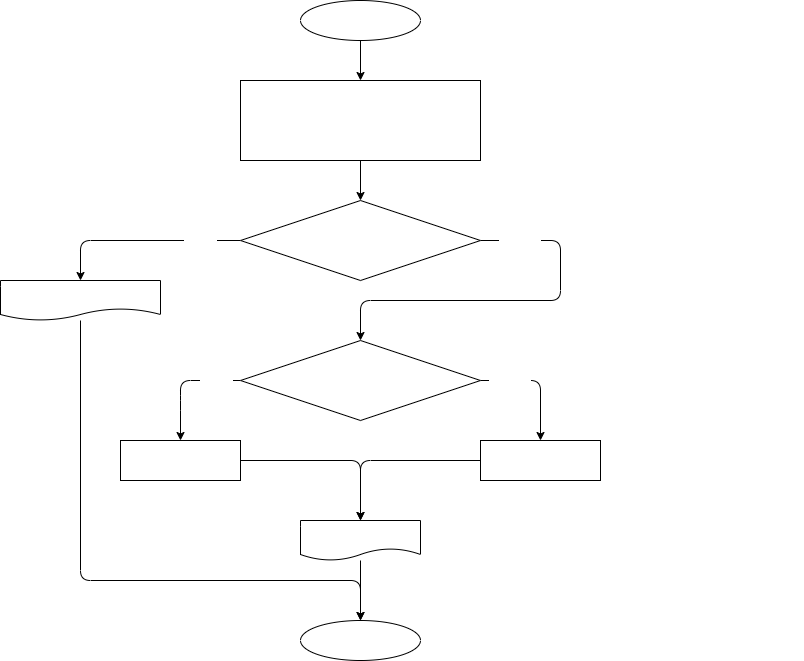
Above: cSharp_hw01/task_04/diagram.drawio.png in Namcorp1/tasksOnCSharp (draw.io), before the change. Source tidied: cells renumbered, new cells last; positions are measured from the earlier drawing's top-left corner, leaving out a move shared by most shapes.
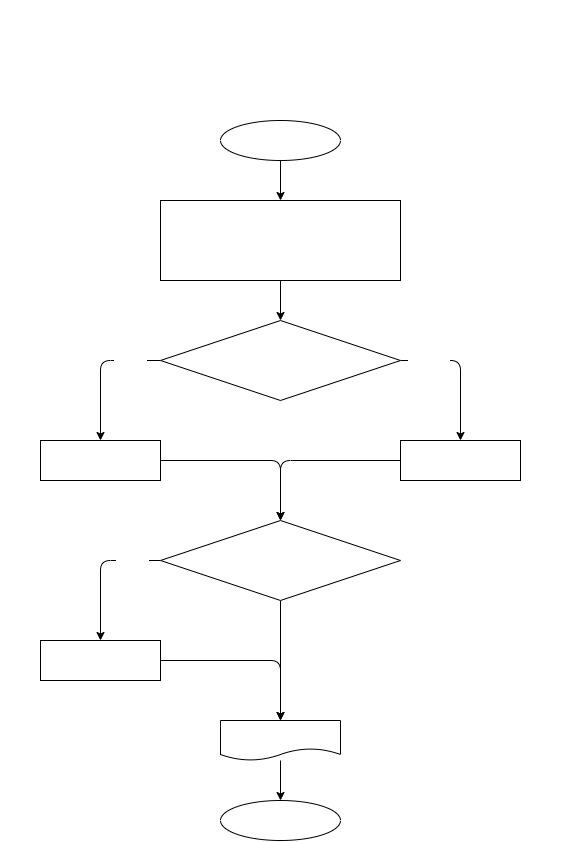
The same diagram one commit later.

Change to the diagram source:
```diff
@@ -11,109 +11,96 @@
     <mxCell id="4" style="edgeStyle=none;html=1;fontFamily=Courier New;fontSize=14;fontColor=#FFFFFF;" parent="1" edge="1" source="5" target="10">
       <mxGeometry relative="1" as="geometry" />
     </mxCell>
-    <mxCell id="5" value="number1 = 5&lt;br&gt;number2 = 7&lt;br&gt;max = 0&lt;br&gt;min = 0" style="whiteSpace=wrap;html=1;fontSize=14;fontFamily=Courier New;fontColor=#FFFFFF;" parent="1" vertex="1">
+    <mxCell id="5" value="number1 = 2&lt;br style=&quot;font-size: 14px;&quot;&gt;number2 = 3&lt;br style=&quot;font-size: 14px;&quot;&gt;number3 = 7&lt;br style=&quot;font-size: 14px;&quot;&gt;max = 0" style="whiteSpace=wrap;html=1;fontSize=14;fontFamily=Courier New;fontColor=#FFFFFF;" parent="1" vertex="1">
       <mxGeometry x="240" y="80" width="240" height="80" as="geometry" />
     </mxCell>
-    <mxCell id="6" style="edgeStyle=none;html=1;fontFamily=Courier New;fontSize=14;fontColor=#FFFFFF;entryX=0.5;entryY=0;entryDx=0;entryDy=0;" parent="1" edge="1" source="10" target="12">
-      <mxGeometry relative="1" as="geometry">
-        <Array as="points">
-          <mxPoint x="80" y="240" />
-        </Array>
-      </mxGeometry>
-    </mxCell>
+    <mxCell id="27" style="edgeStyle=none;html=1;fontColor=#FFFFFF;exitX=0;exitY=0.5;exitDx=0;exitDy=0;fontFamily=Courier New;fontSize=14;" parent="1" edge="1" source="10" target="33">
+      <mxGeometry relative="1" as="geometry">
+        <Array as="points">
+          <mxPoint x="180" y="240" />
+        </Array>
+      </mxGeometry>
+    </mxCell>
-    <mxCell id="7" value="true" style="edgeLabel;html=1;align=center;verticalAlign=middle;fontSize=14;fontFamily=Courier New;fontColor=#FFFFFF;" parent="6" vertex="1">
-      <mxGeometry x="-0.48" y="1" relative="1" as="geometry">
-        <mxPoint x="11" y="-2" as="offset" />
+    <mxCell id="7" value="true" style="edgeLabel;html=1;align=center;verticalAlign=middle;fontColor=#FFFFFF;fontFamily=Courier New;fontSize=14;" parent="27" vertex="1">
+      <mxGeometry x="-0.48" relative="1" as="geometry">
+        <mxPoint x="6" y="-1" as="offset" />
       </mxGeometry>
     </mxCell>
-    <mxCell id="8" style="edgeStyle=none;html=1;fontFamily=Courier New;fontSize=14;fontColor=#FFFFFF;exitX=1;exitY=0.5;exitDx=0;exitDy=0;entryX=0.5;entryY=0;entryDx=0;entryDy=0;" parent="1" edge="1" source="10" target="17">
-      <mxGeometry relative="1" as="geometry">
-        <Array as="points">
-          <mxPoint x="560" y="240" />
-          <mxPoint x="560" y="300" />
-          <mxPoint x="360" y="300" />
-        </Array>
-      </mxGeometry>
-    </mxCell>
-    <mxCell id="9" value="false" style="edgeLabel;html=1;align=center;verticalAlign=middle;fontSize=14;fontFamily=Courier New;fontColor=#FFFFFF;" parent="8" vertex="1">
-      <mxGeometry x="-0.8" y="1" relative="1" as="geometry">
-        <mxPoint y="1" as="offset" />
-      </mxGeometry>
-    </mxCell>
+    <mxCell id="28" style="edgeStyle=none;html=1;exitX=1;exitY=0.5;exitDx=0;exitDy=0;entryX=0.5;entryY=0;entryDx=0;entryDy=0;fontColor=#FFFFFF;fontFamily=Courier New;fontSize=14;" parent="1" edge="1" source="10" target="35">
+      <mxGeometry relative="1" as="geometry">
+        <Array as="points">
+          <mxPoint x="540" y="240" />
+        </Array>
+      </mxGeometry>
+    </mxCell>
+    <mxCell id="29" value="false" style="edgeLabel;html=1;align=center;verticalAlign=middle;fontColor=#FFFFFF;fontFamily=Courier New;fontSize=14;" parent="28" vertex="1">
+      <mxGeometry x="-0.42" relative="1" as="geometry">
+        <mxPoint x="-13" y="-1" as="offset" />
+      </mxGeometry>
+    </mxCell>
-    <mxCell id="10" value="number1 == number2" style="rhombus;whiteSpace=wrap;html=1;fontSize=14;fontFamily=Courier New;fontColor=#FFFFFF;" parent="1" vertex="1">
+    <mxCell id="10" value="number1 &amp;gt; number2" style="rhombus;whiteSpace=wrap;html=1;fontSize=14;fontFamily=Courier New;fontColor=#FFFFFF;" parent="1" vertex="1">
       <mxGeometry x="240" y="200" width="240" height="80" as="geometry" />
     </mxCell>
-    <mxCell id="11" style="edgeStyle=none;html=1;entryX=0.5;entryY=0;entryDx=0;entryDy=0;fontFamily=Courier New;fontSize=14;fontColor=#FFFFFF;" parent="1" edge="1" source="12" target="25">
-      <mxGeometry relative="1" as="geometry">
-        <Array as="points">
-          <mxPoint x="80" y="580" />
-          <mxPoint x="360" y="580" />
-        </Array>
-      </mxGeometry>
-    </mxCell>
-    <mxCell id="12" value="&quot;Числа одинаковы!&quot;" style="shape=document;whiteSpace=wrap;html=1;boundedLbl=1;fontSize=14;fontFamily=Courier New;fontColor=#FFFFFF;" parent="1" vertex="1">
-      <mxGeometry y="280" width="160" height="40" as="geometry" />
-    </mxCell>
-    <mxCell id="13" style="edgeStyle=none;html=1;fontFamily=Courier New;fontSize=14;fontColor=#FFFFFF;entryX=0.5;entryY=0;entryDx=0;entryDy=0;" parent="1" edge="1" source="17" target="19">
+    <mxCell id="13" style="edgeStyle=none;html=1;fontFamily=Courier New;fontSize=14;fontColor=#FFFFFF;entryX=0.5;entryY=0;entryDx=0;entryDy=0;exitX=0;exitY=0.5;exitDx=0;exitDy=0;" parent="1" edge="1" source="17" target="19">
       <mxGeometry relative="1" as="geometry">
         <Array as="points">
-          <mxPoint x="180" y="380" />
-          <mxPoint x="180" y="400" />
+          <mxPoint x="180" y="440" />
+          <mxPoint x="180" y="520" />
         </Array>
       </mxGeometry>
     </mxCell>
     <mxCell id="14" value="true" style="edgeLabel;html=1;align=center;verticalAlign=middle;fontSize=14;fontFamily=Courier New;fontColor=#FFFFFF;" parent="13" vertex="1">
       <mxGeometry x="-0.58" relative="1" as="geometry" />
     </mxCell>
-    <mxCell id="15" style="edgeStyle=none;html=1;fontFamily=Courier New;fontSize=14;fontColor=#FFFFFF;exitX=1;exitY=0.5;exitDx=0;exitDy=0;entryX=0.5;entryY=0;entryDx=0;entryDy=0;" parent="1" edge="1" source="17" target="21">
-      <mxGeometry relative="1" as="geometry">
-        <Array as="points">
-          <mxPoint x="540" y="380" />
-        </Array>
-      </mxGeometry>
-    </mxCell>
-    <mxCell id="16" value="false" style="edgeLabel;html=1;align=center;verticalAlign=middle;fontSize=14;fontFamily=Courier New;fontColor=#FFFFFF;" parent="15" vertex="1">
-      <mxGeometry x="-0.53" y="-1" relative="1" as="geometry">
-        <mxPoint y="1" as="offset" />
-      </mxGeometry>
-    </mxCell>
+    <mxCell id="30" style="edgeStyle=none;html=1;exitX=0.5;exitY=1;exitDx=0;exitDy=0;entryX=0.5;entryY=0;entryDx=0;entryDy=0;fontFamily=Courier New;fontSize=14;fontColor=#FFFFFF;" parent="1" edge="1" source="17" target="23">
+      <mxGeometry relative="1" as="geometry" />
+    </mxCell>
-    <mxCell id="17" value="number1 &amp;gt; number2" style="rhombus;whiteSpace=wrap;html=1;fontSize=14;fontFamily=Courier New;fontColor=#FFFFFF;" parent="1" vertex="1">
-      <mxGeometry x="240" y="340" width="240" height="80" as="geometry" />
+    <mxCell id="17" value="number3 &amp;gt; max" style="rhombus;whiteSpace=wrap;html=1;fontSize=14;fontFamily=Courier New;fontColor=#FFFFFF;" parent="1" vertex="1">
+      <mxGeometry x="240" y="400" width="240" height="80" as="geometry" />
     </mxCell>
     <mxCell id="18" style="edgeStyle=none;html=1;fontFamily=Courier New;fontSize=14;fontColor=#FFFFFF;exitX=1;exitY=0.5;exitDx=0;exitDy=0;entryX=0.5;entryY=0;entryDx=0;entryDy=0;" parent="1" edge="1" source="19" target="23">
       <mxGeometry relative="1" as="geometry">
         <Array as="points">
-          <mxPoint x="360" y="460" />
+          <mxPoint x="360" y="540" />
+          <mxPoint x="360" y="580" />
         </Array>
       </mxGeometry>
     </mxCell>
-    <mxCell id="19" value="max = number1&lt;br&gt;min = number2" style="whiteSpace=wrap;html=1;fontSize=14;fontFamily=Courier New;fontColor=#FFFFFF;" parent="1" vertex="1">
-      <mxGeometry x="120" y="440" width="120" height="40" as="geometry" />
+    <mxCell id="19" value="max = number3" style="whiteSpace=wrap;html=1;fontSize=14;fontFamily=Courier New;fontColor=#FFFFFF;" parent="1" vertex="1">
+      <mxGeometry x="120" y="520" width="120" height="40" as="geometry" />
     </mxCell>
-    <mxCell id="20" style="edgeStyle=none;html=1;exitX=0;exitY=0.5;exitDx=0;exitDy=0;entryX=0.5;entryY=0;entryDx=0;entryDy=0;fontFamily=Courier New;fontSize=14;fontColor=#FFFFFF;" parent="1" edge="1" source="21" target="23">
-      <mxGeometry relative="1" as="geometry">
-        <Array as="points">
-          <mxPoint x="360" y="460" />
-        </Array>
-      </mxGeometry>
-    </mxCell>
-    <mxCell id="21" value="max = number2&lt;br&gt;min = number1" style="whiteSpace=wrap;html=1;fontSize=14;fontFamily=Courier New;fontColor=#FFFFFF;" parent="1" vertex="1">
-      <mxGeometry x="480" y="440" width="120" height="40" as="geometry" />
-    </mxCell>
     <mxCell id="22" style="edgeStyle=none;html=1;fontFamily=Courier New;fontSize=14;fontColor=#FFFFFF;" parent="1" edge="1" source="23" target="25">
       <mxGeometry relative="1" as="geometry" />
     </mxCell>
-    <mxCell id="23" value="max, min" style="shape=document;whiteSpace=wrap;html=1;boundedLbl=1;fontSize=14;fontFamily=Courier New;fontColor=#FFFFFF;" parent="1" vertex="1">
-      <mxGeometry x="300" y="520" width="120" height="40" as="geometry" />
+    <mxCell id="23" value="max" style="shape=document;whiteSpace=wrap;html=1;boundedLbl=1;fontSize=14;fontFamily=Courier New;fontColor=#FFFFFF;" parent="1" vertex="1">
+      <mxGeometry x="300" y="600" width="120" height="40" as="geometry" />
     </mxCell>
-    <mxCell id="24" value="В примерах задачи выводится только max, хотя в описании задачи указано, что должны быть выведены большее и меньшее, как быть?&lt;br&gt;Я выведу оба." style="text;html=1;strokeColor=none;fillColor=none;align=center;verticalAlign=middle;whiteSpace=wrap;rounded=0;fontFamily=Courier New;fontSize=14;fontColor=#FFFFFF;" parent="1" vertex="1">
-      <mxGeometry x="440" y="520" width="320" height="80" as="geometry" />
-    </mxCell>
     <mxCell id="25" value="end" style="ellipse;whiteSpace=wrap;html=1;fontSize=14;fontFamily=Courier New;fontColor=#FFFFFF;" parent="1" vertex="1">
-      <mxGeometry x="300" y="620" width="120" height="40" as="geometry" />
+      <mxGeometry x="300" y="680" width="120" height="40" as="geometry" />
     </mxCell>
-    <mxCell id="26" value="В примерах задачи на вход принимаются числа a и b, для наглядности, что это именно числа, заменим их на number1 и number2 соответственно." style="text;html=1;strokeColor=none;fillColor=none;align=center;verticalAlign=middle;whiteSpace=wrap;rounded=0;fontFamily=Courier New;fontSize=14;fontColor=#FFFFFF;" parent="1" vertex="1">
-      <mxGeometry x="520" y="80" width="283" height="80" as="geometry" />
-    </mxCell>
+    <mxCell id="31" value="&lt;p style=&quot;box-sizing: border-box; margin: 0px; font-weight: normal; font-size: 14px; font-style: normal; letter-spacing: normal; text-indent: 0px; text-transform: none; word-spacing: 0px; text-decoration: none;&quot;&gt;&lt;font color=&quot;#ffffff&quot; style=&quot;font-size: 14px;&quot;&gt;&lt;strong style=&quot;box-sizing: border-box; font-weight: 700; font-size: 14px;&quot;&gt;Задача 4:&lt;/strong&gt;&lt;span class=&quot;Apple-converted-space&quot; style=&quot;font-size: 14px;&quot;&gt;&amp;nbsp;&lt;/span&gt;Напишите программу, которая принимает на вход три числа и выдаёт максимальное из этих чисел.&lt;/font&gt;&lt;/p&gt;&lt;p style=&quot;box-sizing: border-box; margin: 0px; font-weight: normal; font-size: 14px; font-style: normal; letter-spacing: normal; text-indent: 0px; text-transform: none; word-spacing: 0px; text-decoration: none;&quot;&gt;&lt;font color=&quot;#ffffff&quot; style=&quot;font-size: 14px;&quot;&gt;2, 3, 7 -&amp;gt; 7&lt;br style=&quot;box-sizing: border-box; font-size: 14px;&quot;&gt;44 5 78 -&amp;gt; 78&lt;br style=&quot;box-sizing: border-box; font-size: 14px;&quot;&gt;22 3 9 -&amp;gt; 22&lt;/font&gt;&lt;/p&gt;" style="text;whiteSpace=wrap;html=1;fontFamily=Courier New;fontSize=14;" parent="1" vertex="1">
+      <mxGeometry x="80" y="-120" width="560" height="100" as="geometry" />
+    </mxCell>
+    <mxCell id="32" style="edgeStyle=none;html=1;exitX=1;exitY=0.5;exitDx=0;exitDy=0;entryX=0.5;entryY=0;entryDx=0;entryDy=0;fontFamily=Courier New;fontSize=14;fontColor=#FFFFFF;" parent="1" edge="1" source="33" target="17">
+      <mxGeometry relative="1" as="geometry">
+        <Array as="points">
+          <mxPoint x="360" y="340" />
+        </Array>
+      </mxGeometry>
+    </mxCell>
+    <mxCell id="33" value="max = number1" style="whiteSpace=wrap;html=1;fontSize=14;fontFamily=Courier New;fontColor=#FFFFFF;" parent="1" vertex="1">
+      <mxGeometry x="120" y="320" width="120" height="40" as="geometry" />
+    </mxCell>
+    <mxCell id="34" style="edgeStyle=none;html=1;exitX=0;exitY=0.5;exitDx=0;exitDy=0;fontFamily=Courier New;fontSize=14;fontColor=#FFFFFF;" parent="1" edge="1" source="35">
+      <mxGeometry relative="1" as="geometry">
+        <mxPoint x="360" y="400" as="targetPoint" />
+        <Array as="points">
+          <mxPoint x="360" y="340" />
+        </Array>
+      </mxGeometry>
+    </mxCell>
+    <mxCell id="35" value="max = number2" style="whiteSpace=wrap;html=1;fontSize=14;fontFamily=Courier New;fontColor=#FFFFFF;" parent="1" vertex="1">
+      <mxGeometry x="480" y="320" width="120" height="40" as="geometry" />
+    </mxCell>
   </root>
 </mxGraphModel>
```
